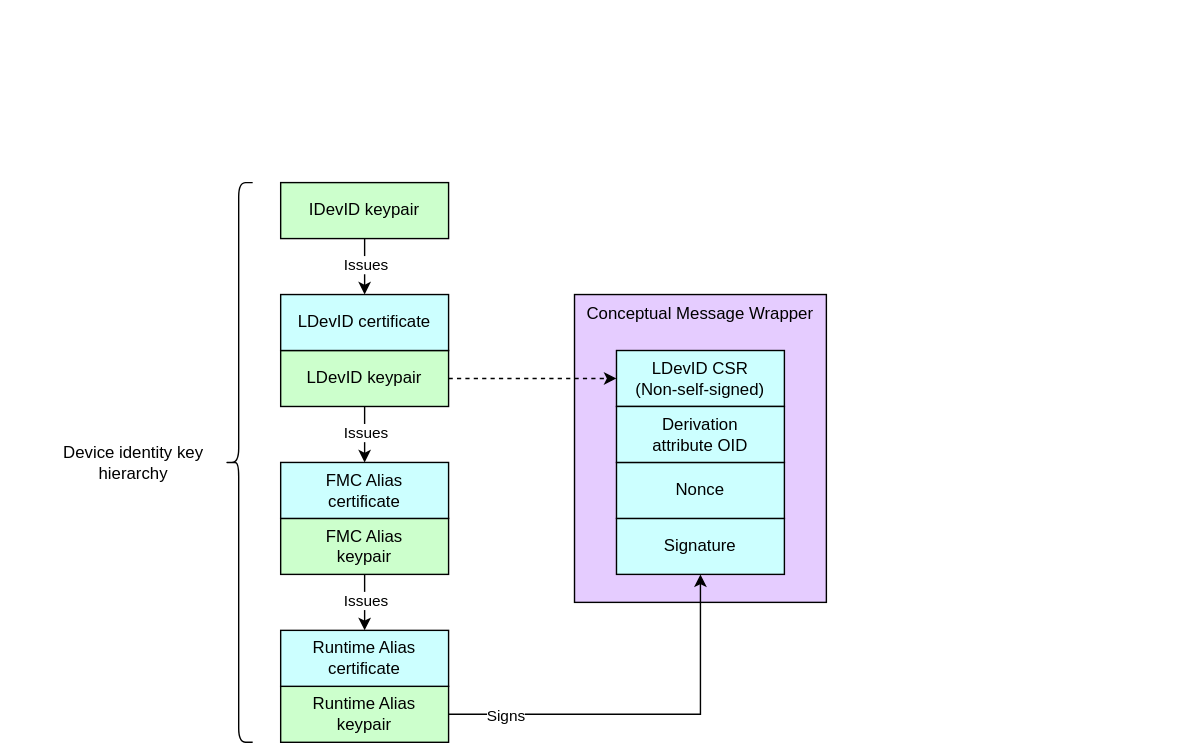
opencomputeproject/Security keeps this draw.io diagram as specifications/device-identity-provisioning/diagrams/envelope_signed_csr_non_self_signed.drawio.svg. Above is the earlier version. Source tidied: cells renumbered, new cells last; positions are measured from the earlier drawing's top-left corner, leaving out a move shared by most shapes. Source of this version:
```xml
<mxGraphModel background="#ffffff">
  <root>
    <mxCell id="0" />
    <mxCell id="1" parent="0" />
    <mxCell id="2" value="&lt;div&gt;&lt;font color=&quot;#000000&quot;&gt;Conceptual Message Wrapper&lt;/font&gt;&lt;/div&gt;" style="rounded=0;whiteSpace=wrap;html=1;align=center;verticalAlign=top;shadow=0;glass=0;spacingLeft=0;spacingBottom=0;spacingTop=0;fillColor=#E5CCFF;horizontal=1;" parent="1" vertex="1">
      <mxGeometry x="410" y="210" width="180" height="220" as="geometry" />
    </mxCell>
    <mxCell id="3" style="edgeStyle=none;html=1;exitX=0.5;exitY=1;exitDx=0;exitDy=0;entryX=0.5;entryY=0;entryDx=0;entryDy=0;" parent="1" edge="1" source="5" target="18">
      <mxGeometry relative="1" as="geometry" />
    </mxCell>
    <mxCell id="4" value="Issues" style="edgeLabel;html=1;align=center;verticalAlign=middle;" parent="3" vertex="1">
      <mxGeometry x="-0.05" y="-1" relative="1" as="geometry">
        <mxPoint x="1" y="-1" as="offset" />
      </mxGeometry>
    </mxCell>
    <mxCell id="5" value="&lt;div&gt;&lt;font color=&quot;#000000&quot;&gt;FMC Alias&lt;/font&gt;&lt;/div&gt;&lt;div&gt;&lt;font color=&quot;#000000&quot;&gt;keypair&lt;/font&gt;&lt;/div&gt;" style="rounded=0;whiteSpace=wrap;html=1;align=center;verticalAlign=middle;shadow=0;glass=0;spacingLeft=0;spacingBottom=0;spacingTop=0;fillColor=#CCFFCC;" parent="1" vertex="1">
      <mxGeometry x="200" y="370" width="120" height="40" as="geometry" />
    </mxCell>
    <mxCell id="6" value="&lt;div&gt;&lt;font color=&quot;#000000&quot;&gt;FMC Alias&lt;/font&gt;&lt;/div&gt;&lt;div&gt;&lt;font color=&quot;#000000&quot;&gt;certificate&lt;/font&gt;&lt;/div&gt;" style="rounded=0;whiteSpace=wrap;html=1;align=center;verticalAlign=middle;shadow=0;glass=0;spacingLeft=0;spacingBottom=0;spacingTop=0;fillColor=#CCFFFF;" parent="1" vertex="1">
      <mxGeometry x="200" y="330" width="120" height="40" as="geometry" />
    </mxCell>
    <mxCell id="7" style="edgeStyle=none;html=1;exitX=0.5;exitY=1;exitDx=0;exitDy=0;entryX=0.5;entryY=0;entryDx=0;entryDy=0;" parent="1" edge="1" source="10" target="6">
      <mxGeometry relative="1" as="geometry" />
    </mxCell>
    <mxCell id="8" value="Issues" style="edgeLabel;html=1;align=center;verticalAlign=middle;" parent="7" vertex="1">
      <mxGeometry x="-0.1" y="1" relative="1" as="geometry">
        <mxPoint x="-1" as="offset" />
      </mxGeometry>
    </mxCell>
    <mxCell id="9" style="edgeStyle=none;html=1;exitX=1;exitY=0.5;exitDx=0;exitDy=0;entryX=0;entryY=0.5;entryDx=0;entryDy=0;rounded=0;curved=0;dashed=1;" parent="1" edge="1" source="10" target="23">
      <mxGeometry relative="1" as="geometry" />
    </mxCell>
    <mxCell id="10" value="&lt;div&gt;&lt;span style=&quot;background-color: transparent;&quot;&gt;&lt;font color=&quot;#000000&quot;&gt;LDevID&amp;nbsp;&lt;/font&gt;keypair&lt;/span&gt;&lt;/div&gt;" style="rounded=0;whiteSpace=wrap;html=1;align=center;verticalAlign=middle;shadow=0;glass=0;spacingLeft=0;spacingBottom=0;spacingTop=0;fillColor=#CCFFCC;" parent="1" vertex="1">
      <mxGeometry x="200" y="250" width="120" height="40" as="geometry" />
    </mxCell>
    <mxCell id="11" value="&lt;div&gt;&lt;font color=&quot;#000000&quot;&gt;LDevID&amp;nbsp;&lt;/font&gt;&lt;span style=&quot;background-color: transparent;&quot;&gt;certificate&lt;/span&gt;&lt;/div&gt;" style="rounded=0;whiteSpace=wrap;html=1;align=center;verticalAlign=middle;shadow=0;glass=0;spacingLeft=0;spacingBottom=0;spacingTop=0;fillColor=#CCFFFF;" parent="1" vertex="1">
      <mxGeometry x="200" y="210" width="120" height="40" as="geometry" />
    </mxCell>
    <mxCell id="12" style="edgeStyle=none;html=1;entryX=0.5;entryY=0;entryDx=0;entryDy=0;exitX=0.5;exitY=1;exitDx=0;exitDy=0;" parent="1" edge="1" source="14" target="11">
      <mxGeometry relative="1" as="geometry" />
    </mxCell>
    <mxCell id="13" value="Issues" style="edgeLabel;html=1;align=center;verticalAlign=middle;" parent="12" vertex="1">
      <mxGeometry x="-0.1" y="1" relative="1" as="geometry">
        <mxPoint x="-1" as="offset" />
      </mxGeometry>
    </mxCell>
    <mxCell id="14" value="&lt;div&gt;&lt;font color=&quot;#000000&quot;&gt;IDevID&amp;nbsp;&lt;/font&gt;&lt;span style=&quot;background-color: transparent;&quot;&gt;keypair&lt;/span&gt;&lt;/div&gt;" style="rounded=0;whiteSpace=wrap;html=1;align=center;verticalAlign=middle;shadow=0;glass=0;spacingLeft=0;spacingBottom=0;spacingTop=0;fillColor=#CCFFCC;" parent="1" vertex="1">
      <mxGeometry x="200" y="130" width="120" height="40" as="geometry" />
    </mxCell>
    <mxCell id="15" style="edgeStyle=orthogonalEdgeStyle;html=1;exitX=1;exitY=0.5;exitDx=0;exitDy=0;rounded=0;entryX=0.5;entryY=1;entryDx=0;entryDy=0;" parent="1" edge="1" source="17" target="24">
      <mxGeometry relative="1" as="geometry" />
    </mxCell>
    <mxCell id="16" value="Signs" style="edgeLabel;html=1;align=center;verticalAlign=middle;" parent="15" vertex="1">
      <mxGeometry x="-0.78" y="2" relative="1" as="geometry">
        <mxPoint x="9" y="2" as="offset" />
      </mxGeometry>
    </mxCell>
    <mxCell id="17" value="&lt;div&gt;&lt;font color=&quot;#000000&quot;&gt;Runtime Alias&lt;/font&gt;&lt;/div&gt;&lt;div&gt;&lt;font color=&quot;#000000&quot;&gt;keypair&lt;/font&gt;&lt;/div&gt;" style="rounded=0;whiteSpace=wrap;html=1;align=center;verticalAlign=middle;shadow=0;glass=0;spacingLeft=0;spacingBottom=0;spacingTop=0;fillColor=#CCFFCC;" parent="1" vertex="1">
      <mxGeometry x="200" y="490" width="120" height="40" as="geometry" />
    </mxCell>
    <mxCell id="18" value="&lt;div&gt;&lt;font color=&quot;#000000&quot;&gt;Runtime Alias&lt;/font&gt;&lt;/div&gt;&lt;div&gt;&lt;font color=&quot;#000000&quot;&gt;certificate&lt;/font&gt;&lt;/div&gt;" style="rounded=0;whiteSpace=wrap;html=1;align=center;verticalAlign=middle;shadow=0;glass=0;spacingLeft=0;spacingBottom=0;spacingTop=0;fillColor=#CCFFFF;" parent="1" vertex="1">
      <mxGeometry x="200" y="450" width="120" height="40" as="geometry" />
    </mxCell>
    <mxCell id="19" style="rounded=0;whiteSpace=wrap;html=1;align=center;verticalAlign=middle;shadow=0;glass=0;spacingLeft=0;spacingBottom=0;spacingTop=0;fillColor=#FFFFFF;fontSize=10;strokeColor=#FFFFFF;" parent="1" vertex="1">
      <mxGeometry width="90" height="20" as="geometry" />
    </mxCell>
    <mxCell id="20" style="rounded=0;whiteSpace=wrap;html=1;align=center;verticalAlign=middle;shadow=0;glass=0;spacingLeft=0;spacingBottom=0;spacingTop=0;fillColor=#FFFFFF;fontSize=10;strokeColor=#FFFFFF;" parent="1" vertex="1">
      <mxGeometry x="760" width="90" height="20" as="geometry" />
    </mxCell>
    <mxCell id="21" style="shape=curlyBracket;whiteSpace=wrap;html=1;rounded=1;labelPosition=left;verticalLabelPosition=middle;align=right;verticalAlign=middle;" parent="1" vertex="1">
      <mxGeometry x="160" y="130" width="20" height="400" as="geometry" />
    </mxCell>
    <mxCell id="22" value="Device identity key hierarchy" style="text;strokeColor=none;align=center;fillColor=none;html=1;verticalAlign=middle;whiteSpace=wrap;rounded=0;" parent="1" vertex="1">
      <mxGeometry x="40" y="315" width="110" height="30" as="geometry" />
    </mxCell>
    <mxCell id="23" value="&lt;div&gt;&lt;font color=&quot;#000000&quot;&gt;LDevID&amp;nbsp;&lt;/font&gt;&lt;span style=&quot;background-color: transparent;&quot;&gt;CSR&lt;/span&gt;&lt;/div&gt;&lt;div&gt;&lt;span style=&quot;background-color: transparent;&quot;&gt;(Non-self-signed)&lt;/span&gt;&lt;/div&gt;" style="rounded=0;whiteSpace=wrap;html=1;align=center;verticalAlign=middle;shadow=0;glass=0;spacingLeft=0;spacingBottom=0;spacingTop=0;fillColor=#CCFFFF;" parent="1" vertex="1">
      <mxGeometry x="440" y="250" width="120" height="40" as="geometry" />
    </mxCell>
    <mxCell id="24" value="&lt;div&gt;&lt;font color=&quot;#000000&quot;&gt;Signature&lt;/font&gt;&lt;/div&gt;" style="rounded=0;whiteSpace=wrap;html=1;align=center;verticalAlign=middle;shadow=0;glass=0;spacingLeft=0;spacingBottom=0;spacingTop=0;fillColor=#CCFFFF;" parent="1" vertex="1">
      <mxGeometry x="440" y="370" width="120" height="40" as="geometry" />
    </mxCell>
    <mxCell id="25" value="&lt;div&gt;&lt;font color=&quot;#000000&quot;&gt;Nonce&lt;/font&gt;&lt;/div&gt;" style="rounded=0;whiteSpace=wrap;html=1;align=center;verticalAlign=middle;shadow=0;glass=0;spacingLeft=0;spacingBottom=0;spacingTop=0;fillColor=#CCFFFF;" parent="1" vertex="1">
      <mxGeometry x="440" y="330" width="120" height="40" as="geometry" />
    </mxCell>
    <mxCell id="26" value="&lt;div&gt;&lt;font color=&quot;#000000&quot;&gt;Derivation&lt;/font&gt;&lt;/div&gt;&lt;div&gt;&lt;font color=&quot;#000000&quot;&gt;attribute OID&lt;/font&gt;&lt;/div&gt;" style="rounded=0;whiteSpace=wrap;html=1;align=center;verticalAlign=middle;shadow=0;glass=0;spacingLeft=0;spacingBottom=0;spacingTop=0;fillColor=#CCFFFF;" parent="1" vertex="1">
      <mxGeometry x="440" y="290" width="120" height="40" as="geometry" />
    </mxCell>
  </root>
</mxGraphModel>
```
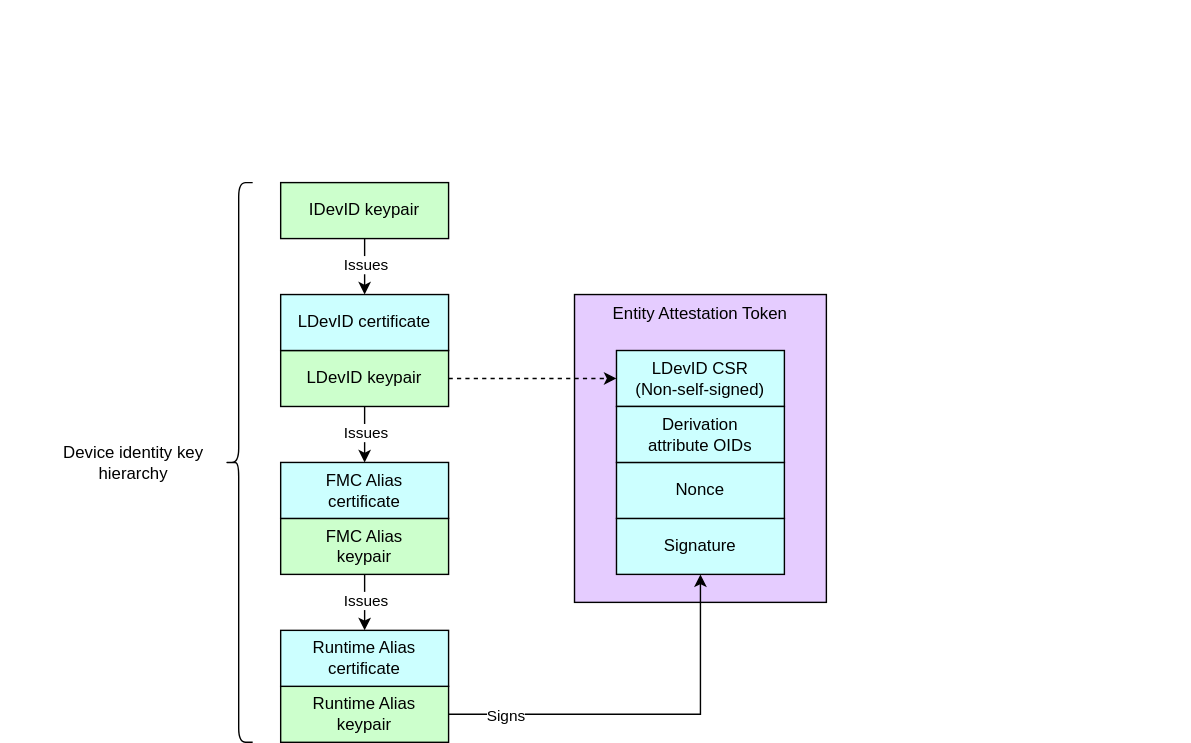
The same file after the commit.

The edit, as a diff of the source:
```diff
@@ -2,7 +2,7 @@
   <root>
     <mxCell id="0" />
     <mxCell id="1" parent="0" />
-    <mxCell id="2" value="&lt;div&gt;&lt;font color=&quot;#000000&quot;&gt;Conceptual Message Wrapper&lt;/font&gt;&lt;/div&gt;" style="rounded=0;whiteSpace=wrap;html=1;align=center;verticalAlign=top;shadow=0;glass=0;spacingLeft=0;spacingBottom=0;spacingTop=0;fillColor=#E5CCFF;horizontal=1;" parent="1" vertex="1">
+    <mxCell id="2" value="&lt;span style=&quot;color: rgb(0, 0, 0);&quot;&gt;Entity Attestation Token&lt;/span&gt;" style="rounded=0;whiteSpace=wrap;html=1;align=center;verticalAlign=top;shadow=0;glass=0;spacingLeft=0;spacingBottom=0;spacingTop=0;fillColor=#E5CCFF;horizontal=1;" parent="1" vertex="1">
       <mxGeometry x="410" y="210" width="180" height="220" as="geometry" />
     </mxCell>
     <mxCell id="3" style="edgeStyle=none;html=1;exitX=0.5;exitY=1;exitDx=0;exitDy=0;entryX=0.5;entryY=0;entryDx=0;entryDy=0;" parent="1" edge="1" source="5" target="18">
@@ -82,7 +82,7 @@
     <mxCell id="25" value="&lt;div&gt;&lt;font color=&quot;#000000&quot;&gt;Nonce&lt;/font&gt;&lt;/div&gt;" style="rounded=0;whiteSpace=wrap;html=1;align=center;verticalAlign=middle;shadow=0;glass=0;spacingLeft=0;spacingBottom=0;spacingTop=0;fillColor=#CCFFFF;" parent="1" vertex="1">
       <mxGeometry x="440" y="330" width="120" height="40" as="geometry" />
     </mxCell>
-    <mxCell id="26" value="&lt;div&gt;&lt;font color=&quot;#000000&quot;&gt;Derivation&lt;/font&gt;&lt;/div&gt;&lt;div&gt;&lt;font color=&quot;#000000&quot;&gt;attribute OID&lt;/font&gt;&lt;/div&gt;" style="rounded=0;whiteSpace=wrap;html=1;align=center;verticalAlign=middle;shadow=0;glass=0;spacingLeft=0;spacingBottom=0;spacingTop=0;fillColor=#CCFFFF;" parent="1" vertex="1">
+    <mxCell id="26" value="&lt;div&gt;&lt;font color=&quot;#000000&quot;&gt;Derivation&lt;/font&gt;&lt;/div&gt;&lt;div&gt;&lt;font color=&quot;#000000&quot;&gt;attribute OIDs&lt;/font&gt;&lt;/div&gt;" style="rounded=0;whiteSpace=wrap;html=1;align=center;verticalAlign=middle;shadow=0;glass=0;spacingLeft=0;spacingBottom=0;spacingTop=0;fillColor=#CCFFFF;" parent="1" vertex="1">
       <mxGeometry x="440" y="290" width="120" height="40" as="geometry" />
     </mxCell>
   </root>
```
